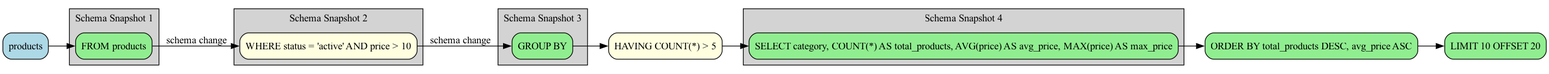
Above: examples/complex_query_schema.png in rot1024/sqloflow (Graphviz), before the change. Its source is kept beside it as examples/complex_query_schema.dot.
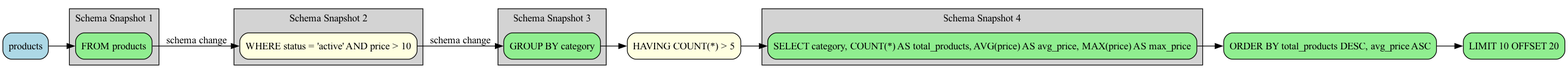
After the change.

The edit, as a diff of the source:
```diff
@@ -22,7 +22,7 @@
     label="Schema Snapshot 3";
     style=filled;
     fillcolor=lightgray;
-    node_3 [label="GROUP BY", fillcolor=lightgreen, style="filled,rounded"];
+    node_3 [label="GROUP BY category", fillcolor=lightgreen, style="filled,rounded"];
   }
   subgraph cluster_3 {
     label="Schema Snapshot 4";
```
